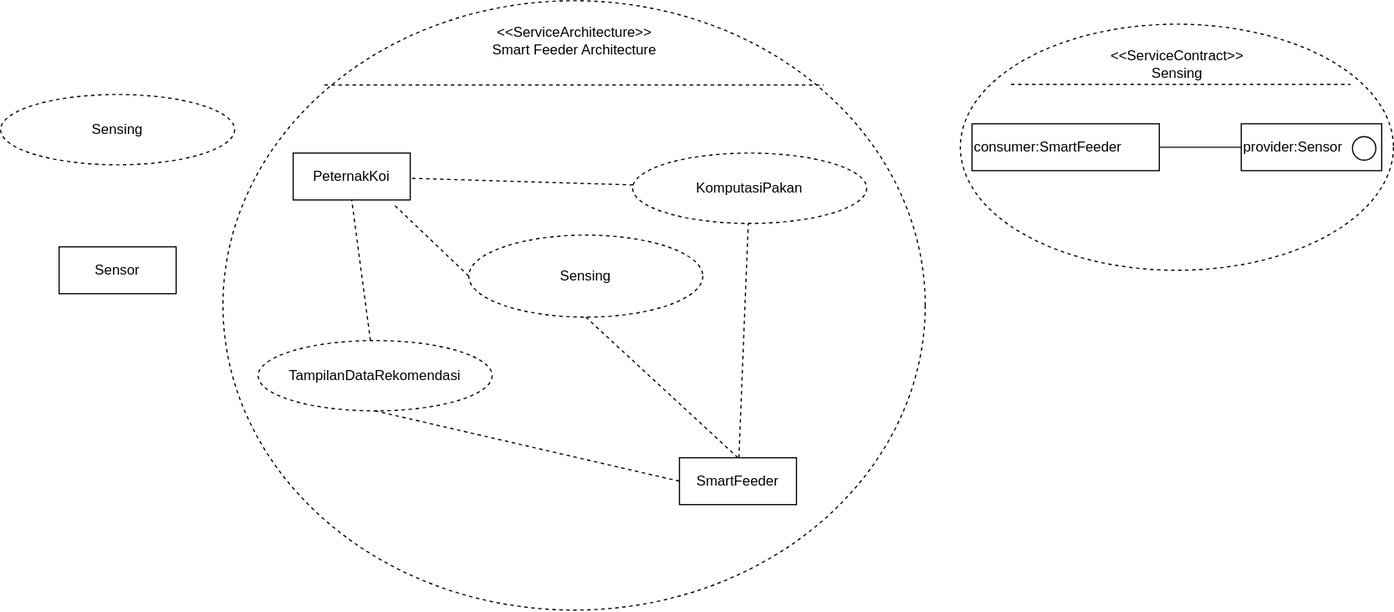
Above: soaml1.svg in shadow17t/diagram (draw.io), before the change. Source tidied: cells renumbered, new cells last; positions are measured from the earlier drawing's top-left corner, leaving out a move shared by most shapes.
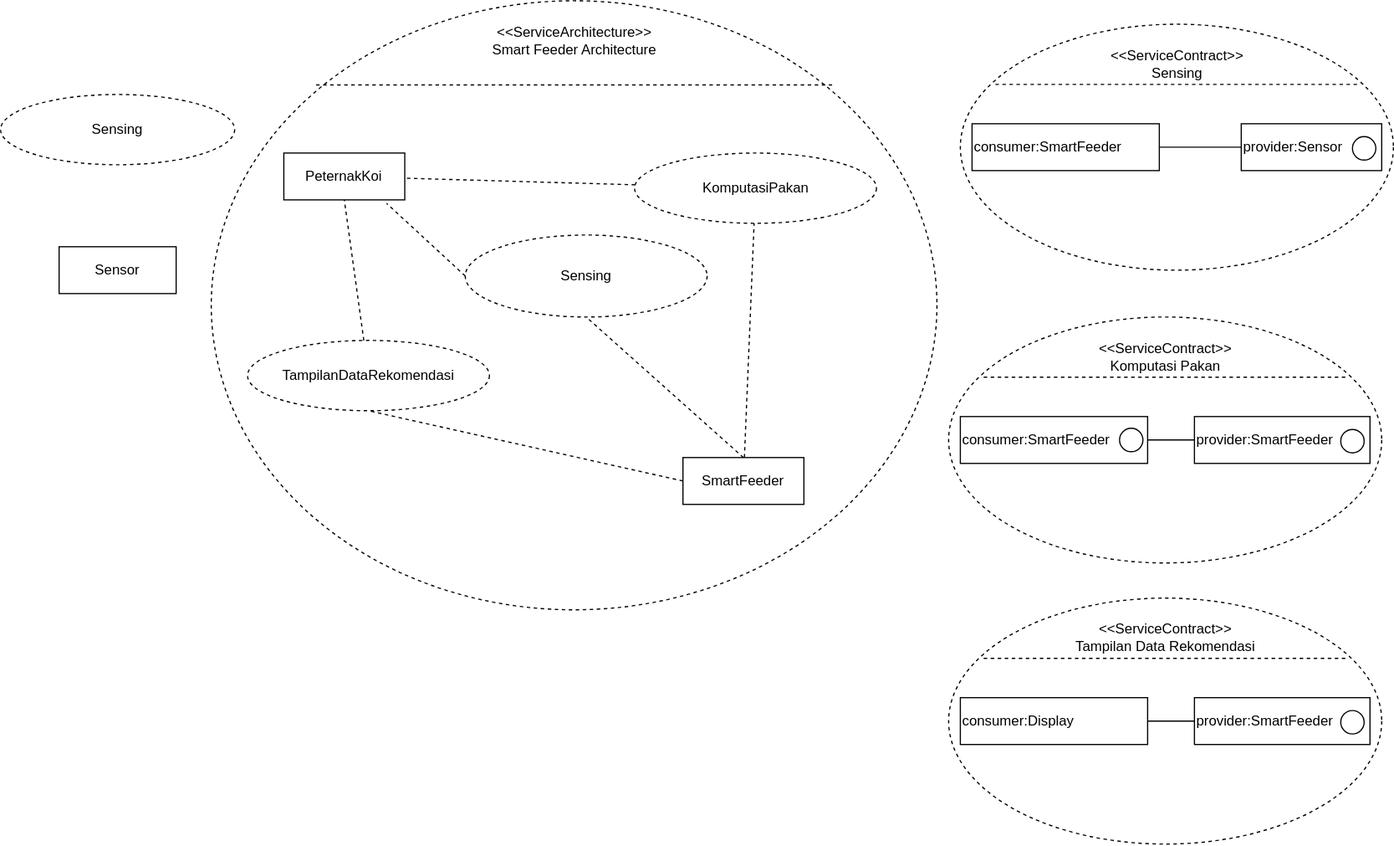
Above is the later version.

Diff of the diagram source:
```diff
@@ -3,30 +3,30 @@
     <mxCell id="0" />
     <mxCell id="1" parent="0" />
     <mxCell id="2" style="shape=ellipse;horizontal=1;html=1;dashed=1;" parent="1" vertex="1">
-      <mxGeometry x="190" width="600" height="520" as="geometry" />
+      <mxGeometry x="180" width="620" height="520" as="geometry" />
     </mxCell>
     <mxCell id="3" value="&lt;div&gt;&amp;lt;&amp;lt;ServiceArchitecture&amp;gt;&amp;gt;&lt;/div&gt;&lt;div&gt;Smart Feeder Architecture&lt;/div&gt;" style="html=1;strokeColor=none;fillColor=none;align=center;verticalAlign=middle;spacingLeft=4;spacingRight=4;" parent="2" vertex="1">
-      <mxGeometry width="600" height="67.8" as="geometry" />
+      <mxGeometry width="620" height="67.8" as="geometry" />
     </mxCell>
     <mxCell id="4" style="line;strokeWidth=1;fillColor=none;labelPosition=right;dashed=1;" parent="2" vertex="1">
-      <mxGeometry x="0.14" width="426.67" height="8" relative="1" as="geometry">
+      <mxGeometry x="0.14" width="440.89" height="8" relative="1" as="geometry">
         <mxPoint x="-0.3" y="67.8" as="offset" />
       </mxGeometry>
     </mxCell>
     <mxCell id="5" value="Sensing" style="ellipse;whiteSpace=wrap;html=1;align=center;dashed=1;" parent="2" vertex="1">
-      <mxGeometry x="210" y="200" width="200" height="70" as="geometry" />
+      <mxGeometry x="217" y="200" width="206.7" height="70" as="geometry" />
     </mxCell>
     <mxCell id="6" value="TampilanDataRekomendasi" style="ellipse;whiteSpace=wrap;html=1;align=center;dashed=1;" parent="2" vertex="1">
-      <mxGeometry x="30" y="290" width="200" height="60" as="geometry" />
+      <mxGeometry x="31" y="290" width="206.7" height="60" as="geometry" />
     </mxCell>
     <mxCell id="7" value="KomputasiPakan" style="ellipse;whiteSpace=wrap;html=1;align=center;dashed=1;" parent="2" vertex="1">
-      <mxGeometry x="350" y="130" width="200" height="60" as="geometry" />
+      <mxGeometry x="361.7" y="130" width="206.7" height="60" as="geometry" />
     </mxCell>
     <mxCell id="8" value="PeternakKoi" style="whiteSpace=wrap;html=1;align=center;" parent="2" vertex="1">
-      <mxGeometry x="60" y="130" width="100" height="40" as="geometry" />
+      <mxGeometry x="62" y="130" width="103.3" height="40" as="geometry" />
     </mxCell>
     <mxCell id="9" value="SmartFeeder" style="whiteSpace=wrap;html=1;align=center;" parent="2" vertex="1">
-      <mxGeometry x="390" y="390" width="100" height="40" as="geometry" />
+      <mxGeometry x="403" y="390" width="103.3" height="40" as="geometry" />
     </mxCell>
     <mxCell id="10" style="endArrow=none;dashed=1;html=1;entryX=0.85;entryY=1.075;entryDx=0;entryDy=0;exitX=0;exitY=0.5;exitDx=0;exitDy=0;entryPerimeter=0;" parent="2" edge="1" source="5" target="8">
       <mxGeometry relative="1" as="geometry" />
@@ -56,8 +56,8 @@
       <mxGeometry y="20" width="370" height="27.4" as="geometry" />
     </mxCell>
     <mxCell id="19" style="line;strokeWidth=1;fillColor=none;labelPosition=right;dashed=1;" parent="17" vertex="1">
-      <mxGeometry x="0.14" width="290.01" height="8" relative="1" as="geometry">
-        <mxPoint x="-10.4" y="47.4" as="offset" />
+      <mxGeometry x="0.14" width="310.15" height="8" relative="1" as="geometry">
+        <mxPoint x="-23.7" y="47.4" as="offset" />
       </mxGeometry>
     </mxCell>
     <mxCell id="20" value="&lt;div align=&quot;left&quot;&gt;consumer:SmartFeeder&lt;/div&gt;" style="whiteSpace=wrap;html=1;align=left;" parent="17" vertex="1">
@@ -75,5 +75,54 @@
     <mxCell id="24" value="Sensor" style="whiteSpace=wrap;html=1;align=center;" parent="1" vertex="1">
       <mxGeometry x="50" y="210" width="100" height="40" as="geometry" />
     </mxCell>
+    <mxCell id="25" style="shape=ellipse;horizontal=1;html=1;dashed=1;" parent="1" vertex="1">
+      <mxGeometry x="810" y="270" width="370" height="210" as="geometry" />
+    </mxCell>
+    <mxCell id="26" value="&lt;div&gt;&amp;lt;&amp;lt;ServiceContract&amp;gt;&amp;gt;&lt;/div&gt;&lt;div&gt;Komputasi Pakan&lt;br&gt;&lt;/div&gt;" style="html=1;strokeColor=none;fillColor=none;align=center;verticalAlign=middle;spacingLeft=4;spacingRight=4;" parent="25" vertex="1">
+      <mxGeometry y="20" width="370" height="27.4" as="geometry" />
+    </mxCell>
+    <mxCell id="27" style="line;strokeWidth=1;fillColor=none;labelPosition=right;dashed=1;" parent="25" vertex="1">
+      <mxGeometry x="0.14" width="310.15" height="8" relative="1" as="geometry">
+        <mxPoint x="-23.7" y="47.4" as="offset" />
+      </mxGeometry>
+    </mxCell>
+    <mxCell id="28" value="&lt;div align=&quot;left&quot;&gt;consumer:SmartFeeder&lt;/div&gt;" style="whiteSpace=wrap;html=1;align=left;" parent="25" vertex="1">
+      <mxGeometry x="10" y="85" width="160" height="40" as="geometry" />
+    </mxCell>
+    <mxCell id="29" value="&lt;div align=&quot;left&quot;&gt;provider:SmartFeeder&lt;/div&gt;" style="whiteSpace=wrap;html=1;align=left;" parent="25" vertex="1">
+      <mxGeometry x="210" y="85" width="150" height="40" as="geometry" />
+    </mxCell>
+    <mxCell id="30" style="endArrow=none;html=1;entryX=0;entryY=0.5;entryDx=0;entryDy=0;exitX=1;exitY=0.5;exitDx=0;exitDy=0;" parent="25" edge="1" source="28" target="29">
+      <mxGeometry relative="1" as="geometry" />
+    </mxCell>
+    <mxCell id="31" style="ellipse;fillColor=#ffffff;strokeColor=#000000;" parent="25" vertex="1">
+      <mxGeometry x="335" y="96" width="20" height="20" as="geometry" />
+    </mxCell>
+    <mxCell id="32" style="ellipse;fillColor=#ffffff;strokeColor=#000000;" parent="25" vertex="1">
+      <mxGeometry x="146" y="95" width="20" height="20" as="geometry" />
+    </mxCell>
+    <mxCell id="33" style="shape=ellipse;horizontal=1;html=1;dashed=1;" parent="1" vertex="1">
+      <mxGeometry x="810" y="510" width="370" height="210" as="geometry" />
+    </mxCell>
+    <mxCell id="34" value="&lt;div&gt;&amp;lt;&amp;lt;ServiceContract&amp;gt;&amp;gt;&lt;/div&gt;&lt;div&gt;Tampilan Data Rekomendasi&lt;br&gt;&lt;/div&gt;" style="html=1;strokeColor=none;fillColor=none;align=center;verticalAlign=middle;spacingLeft=4;spacingRight=4;" parent="33" vertex="1">
+      <mxGeometry y="20" width="370" height="27.4" as="geometry" />
+    </mxCell>
+    <mxCell id="35" style="line;strokeWidth=1;fillColor=none;labelPosition=right;dashed=1;" parent="33" vertex="1">
+      <mxGeometry x="0.14" width="310.15" height="8" relative="1" as="geometry">
+        <mxPoint x="-23.7" y="47.4" as="offset" />
+      </mxGeometry>
+    </mxCell>
+    <mxCell id="36" value="&lt;div align=&quot;left&quot;&gt;consumer:Display&lt;/div&gt;" style="whiteSpace=wrap;html=1;align=left;" parent="33" vertex="1">
+      <mxGeometry x="10" y="85" width="160" height="40" as="geometry" />
+    </mxCell>
+    <mxCell id="37" value="&lt;div align=&quot;left&quot;&gt;provider:SmartFeeder&lt;/div&gt;" style="whiteSpace=wrap;html=1;align=left;" parent="33" vertex="1">
+      <mxGeometry x="210" y="85" width="150" height="40" as="geometry" />
+    </mxCell>
+    <mxCell id="38" style="endArrow=none;html=1;entryX=0;entryY=0.5;entryDx=0;entryDy=0;exitX=1;exitY=0.5;exitDx=0;exitDy=0;" parent="33" edge="1" source="36" target="37">
+      <mxGeometry relative="1" as="geometry" />
+    </mxCell>
+    <mxCell id="39" style="ellipse;fillColor=#ffffff;strokeColor=#000000;" parent="33" vertex="1">
+      <mxGeometry x="335" y="96" width="20" height="20" as="geometry" />
+    </mxCell>
   </root>
 </mxGraphModel>
```
